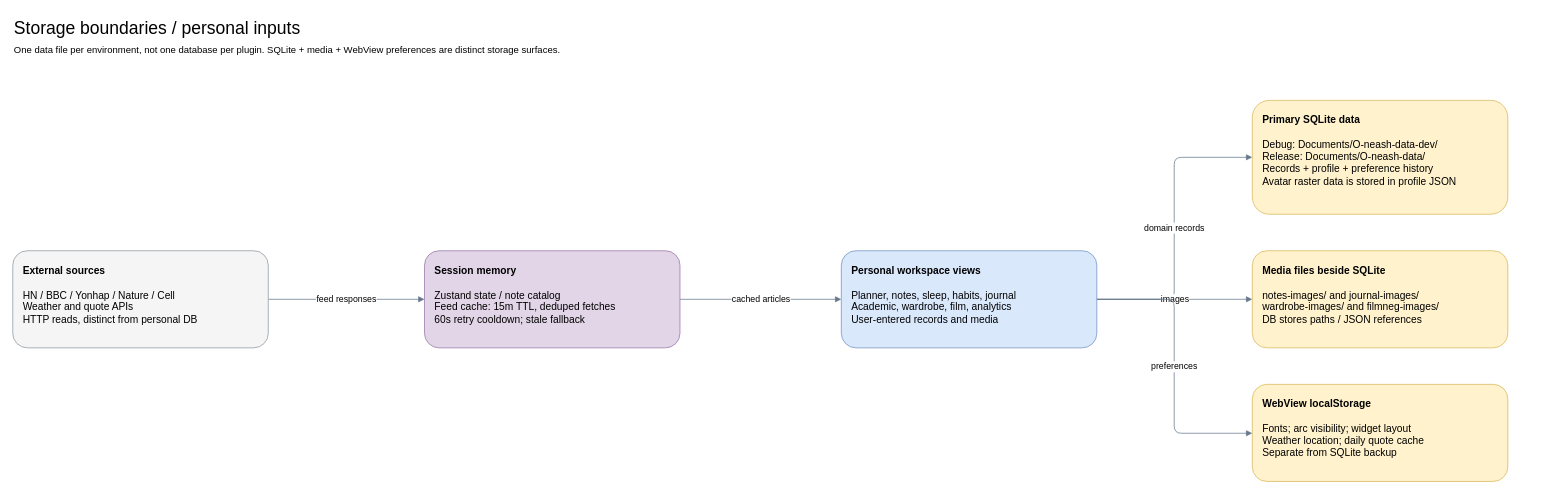
The draw.io diagram page "Storage boundaries / personal inputs" (2 of 16) of docs/architecture/mycelium-architecture.drawio in xorca0711/Mycelium_OS_Opt, before the edit. Source tidied: cells renumbered, new cells numbered last; positions are measured from the earlier drawing's top-left corner, leaving out a move shared by most shapes. Both pictures are drawn from the tidied source at 73%, with x=0, y=0 at pixel (12, 12).
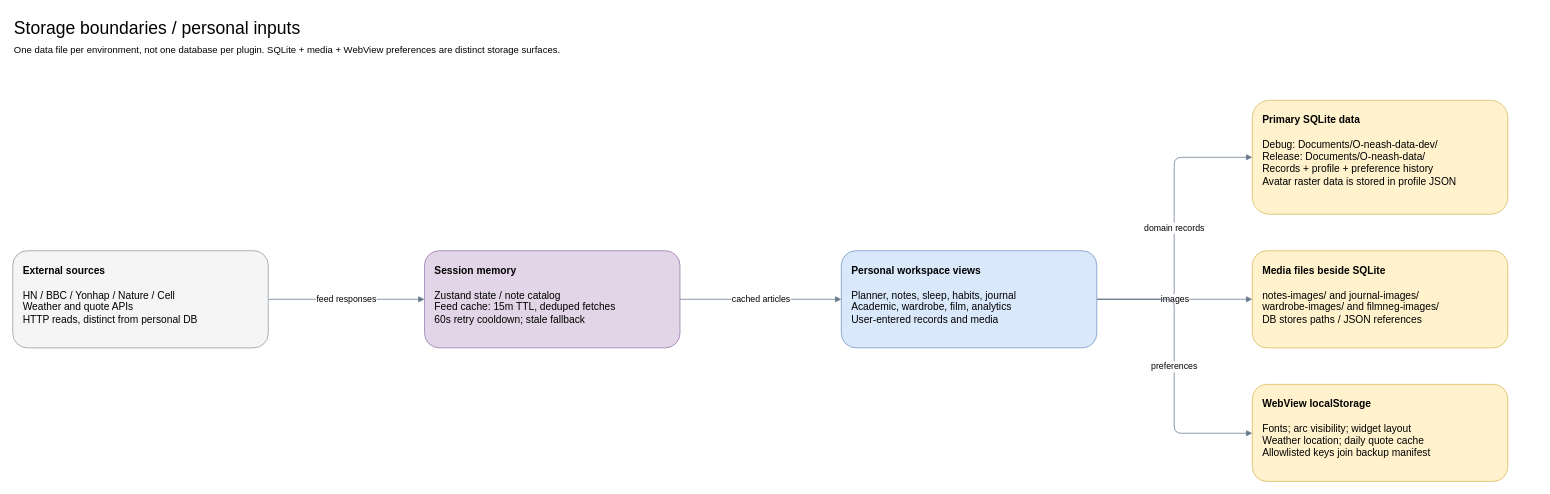
The same page after the edit.

The edit, as a diff of the source:
```diff
@@
-    <mxCell id="11" value="&lt;b&gt;WebView localStorage&lt;/b&gt;&lt;br&gt;&lt;br&gt;Fonts; arc visibility; widget layout&lt;br&gt;Weather location; daily quote cache&lt;br&gt;Separate from SQLite backup" style="rounded=1;whiteSpace=wrap;html=1;align=left;verticalAlign=top;spacing=14;fontSize=14;fillColor=#fff2cc;strokeColor=#d6b656;" parent="1" vertex="1">
+    <mxCell id="11" value="&lt;b&gt;WebView localStorage&lt;/b&gt;&lt;br&gt;&lt;br&gt;Fonts; arc visibility; widget layout&lt;br&gt;Weather location; daily quote cache&lt;br&gt;Allowlisted keys join backup manifest" style="rounded=1;whiteSpace=wrap;html=1;align=left;verticalAlign=top;spacing=14;fontSize=14;fillColor=#fff2cc;strokeColor=#d6b656;" parent="1" vertex="1">
       <mxGeometry x="1698" y="509" width="350" height="133" as="geometry" />
     </mxCell>
```
